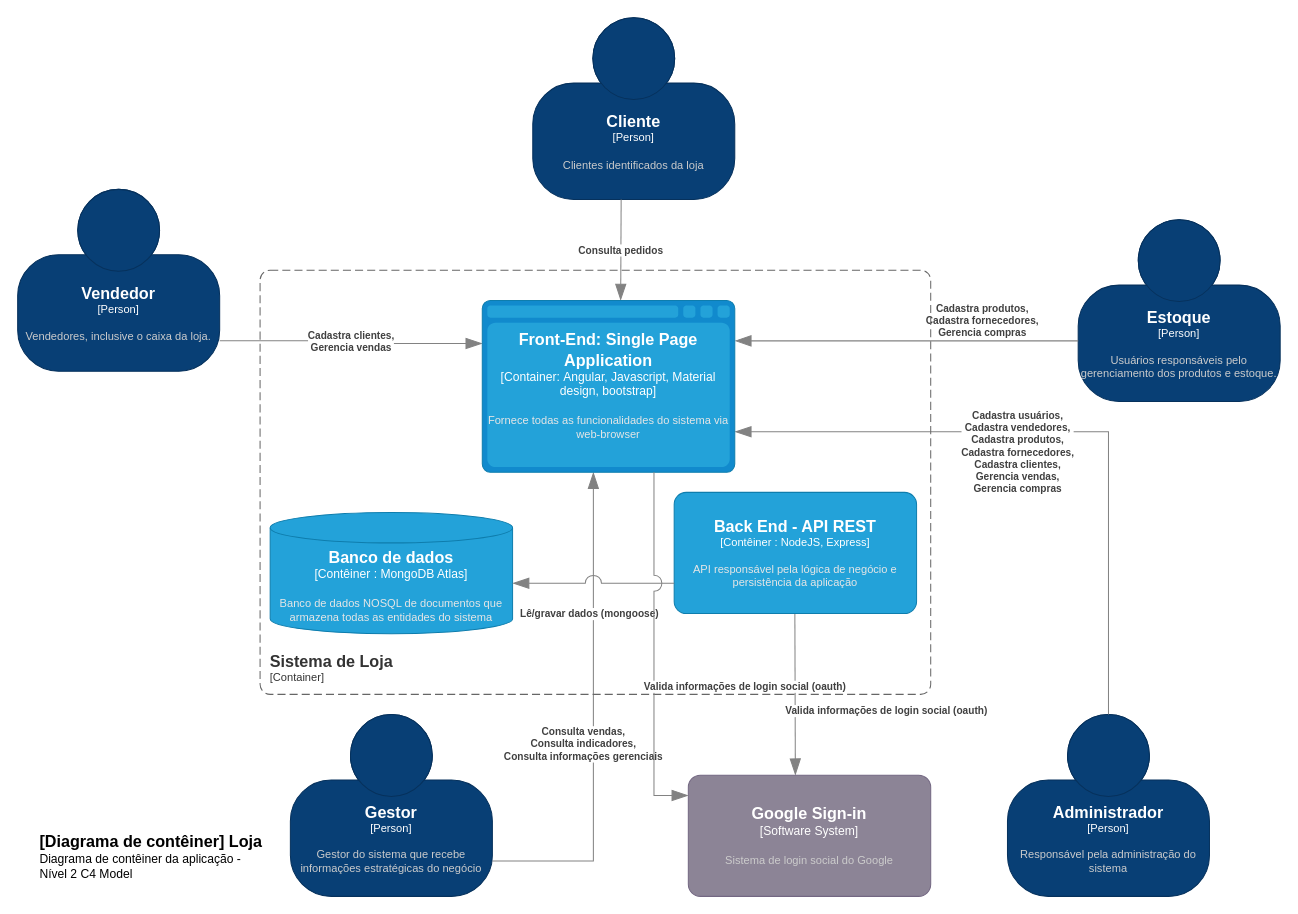
adjamirgalvao/pucminas keeps this draw.io diagram as page "Nível 2 - Contêiner" (2 of 2) of projeto/documentacao/C4Model.drawio. Above is the earlier version. Source tidied: cells renumbered, new cells numbered last; positions are measured from the earlier drawing's top-left corner, leaving out a move shared by most shapes. Both pictures are drawn from the tidied source at 101%, with x=0, y=0 at pixel (17, 17).
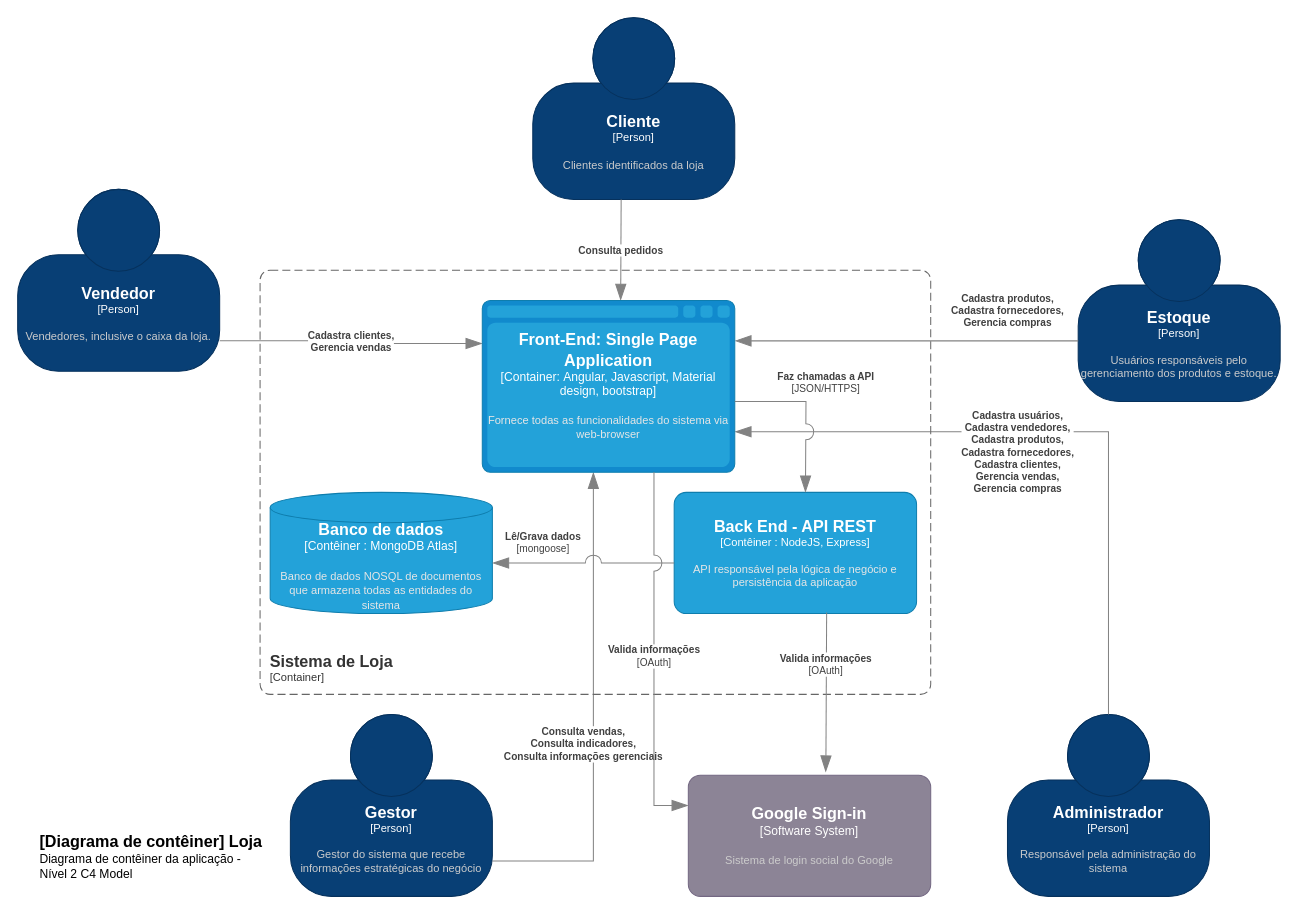
The same diagram, later.

Unchanged cells that the change refers to:
```xml
<object id="13" label="&lt;font style=&quot;font-size: 16px&quot;&gt;&lt;b&gt;%c4Name%&lt;/b&gt;&lt;/font&gt;&lt;div&gt;[%c4Type%]&lt;/div&gt;&lt;br&gt;&lt;div&gt;&lt;font style=&quot;font-size: 11px&quot;&gt;&lt;font color=&quot;#cccccc&quot;&gt;%c4Description%&lt;/font&gt;&lt;/div&gt;" c4Description="Sistema de login social do Google" c4Name="Google Sign-in" c4Type="Software System" placeholders="1">
  <mxCell style="rounded=1;whiteSpace=wrap;html=1;labelBackgroundColor=none;fillColor=#8C8496;fontColor=#ffffff;align=center;arcSize=10;strokeColor=#736782;points=[[0.25,0,0],[0.5,0,0],[0.75,0,0],[1,0.25,0],[1,0.5,0],[1,0.75,0],[0.75,1,0],[0.5,1,0],[0.25,1,0],[0,0.75,0],[0,0.5,0],[0,0.25,0]];fontSize=12;" parent="1" vertex="1">
    <mxGeometry x="664" y="750" width="240" height="120" as="geometry" />
  </mxCell>
</object>
<object id="16" label="&lt;font style=&quot;font-size: 16px&quot;&gt;&lt;b&gt;%c4Name%&lt;/b&gt;&lt;/font&gt;&lt;div&gt;[%c4Type%: %c4Technology%]&lt;/div&gt;&lt;br&gt;&lt;div&gt;&lt;font style=&quot;font-size: 11px&quot;&gt;&lt;font color=&quot;#E6E6E6&quot;&gt;%c4Description%&lt;/font&gt;&lt;/div&gt;" c4Description="API responsável pela lógica de negócio e persistência da aplicação" c4Name="Back End - API REST" c4Technology="NodeJS, Express" c4Type="Contêiner " placeholders="1">
  <mxCell style="rounded=1;whiteSpace=wrap;html=1;fontSize=11;labelBackgroundColor=none;fillColor=#23A2D9;fontColor=#ffffff;align=center;arcSize=10;strokeColor=#0E7DAD;points=[[0.25,0,0],[0.5,0,0],[0.75,0,0],[1,0.25,0],[1,0.5,0],[1,0.75,0],[0.75,1,0],[0.5,1,0],[0.25,1,0],[0,0.75,0],[0,0.5,0],[0,0.25,0]];" parent="1" vertex="1">
    <mxGeometry x="650" y="470" width="240" height="120" as="geometry" />
  </mxCell>
</object>
<object id="18" label="&lt;font style=&quot;font-size: 16px&quot;&gt;&lt;b&gt;%c4Type%&lt;/b&gt;&lt;/font&gt;&lt;div&gt;[%c4Container%:&amp;nbsp;%c4Technology%]&lt;/div&gt;&lt;br&gt;&lt;div&gt;&lt;font style=&quot;font-size: 11px&quot;&gt;&lt;font color=&quot;#E6E6E6&quot;&gt;%c4Description%&lt;/font&gt;&lt;/div&gt;" c4Container="Container" c4Description="Fornece todas as funcionalidades do sistema via web-browser" c4Technology="Angular, Javascript, Material design, bootstrap" c4Type="Front-End: Single Page Application" placeholders="1">
  <mxCell style="shape=mxgraph.c4.webBrowserContainer2;whiteSpace=wrap;html=1;boundedLbl=1;rounded=0;labelBackgroundColor=none;strokeColor=#118ACD;fillColor=#23A2D9;strokeColor=#118ACD;strokeColor2=#0E7DAD;fontSize=12;fontColor=#ffffff;align=center;points=[[0,0.25,0,0,0],[0,0.5,0,0,0],[0,0.75,0,0,0],[0.5,0,0,0,0],[0.5,1,0,0,0],[1,0.25,0,0,0],[1,0.5,0,0,0],[1,0.75,0,0,0]];" parent="1" vertex="1">
    <mxGeometry x="460" y="280" width="250" height="170" as="geometry" />
  </mxCell>
</object>
```

What changed in the source:
```diff
@@
     <object id="4" label="&lt;div style=&quot;text-align: left&quot;&gt;&lt;div style=&quot;text-align: center&quot;&gt;&lt;b&gt;%c4Description%&lt;/b&gt;&lt;/div&gt;" c4Description="Cadastra produtos, &#10;Cadastra fornecedores, &#10;Gerencia compras" placeholders="1">
       <mxCell style="endArrow=blockThin;html=1;fontSize=10;fontColor=#404040;strokeWidth=1;endFill=1;strokeColor=#828282;elbow=vertical;endSize=14;startSize=14;jumpStyle=arc;jumpSize=16;rounded=0;edgeStyle=orthogonalEdgeStyle;" parent="1" edge="1" target="18">
-        <mxGeometry x="-0.44" y="-20" relative="1" as="geometry">
+        <mxGeometry x="-0.59" y="-30" relative="1" as="geometry">
           <mxPoint x="1050" y="320" as="sourcePoint" />
           <Array as="points">
             <mxPoint x="790" y="320" />
             <mxPoint x="790" y="320" />
           </Array>
         </mxGeometry>
       </mxCell>
     </object>
@@
-    <object id="12" label="&lt;div style=&quot;text-align: left&quot;&gt;&lt;div style=&quot;text-align: center&quot;&gt;&lt;b&gt;%c4Description%&lt;/b&gt;&lt;/div&gt;" c4Description="Valida informações de login social (oauth)" placeholders="1">
-      <mxCell style="endArrow=blockThin;html=1;fontSize=10;fontColor=#404040;strokeWidth=1;endFill=1;strokeColor=#828282;elbow=vertical;endSize=14;startSize=14;jumpStyle=arc;jumpSize=16;rounded=0;edgeStyle=orthogonalEdgeStyle;" parent="1" edge="1">
-        <mxGeometry x="0.2" y="90" relative="1" as="geometry">
-          <mxPoint x="769.5" y="590" as="sourcePoint" />
-          <mxPoint x="770" y="750" as="targetPoint" />
-          <Array as="points">
-            <mxPoint x="769.5" y="640" />
-            <mxPoint x="769.5" y="640" />
-          </Array>
-        </mxGeometry>
-      </mxCell>
-    </object>
@@
     <object id="15" label="&lt;font style=&quot;font-size: 16px&quot;&gt;&lt;b&gt;%c4Type%&lt;/b&gt;&lt;/font&gt;&lt;div&gt;[%c4Container%:&amp;nbsp;%c4Technology%]&lt;/div&gt;&lt;br&gt;&lt;div&gt;&lt;font style=&quot;font-size: 11px&quot;&gt;&lt;font color=&quot;#E6E6E6&quot;&gt;%c4Description%&lt;/font&gt;&lt;/div&gt;" c4Container="Contêiner " c4Description="Banco de dados NOSQL de documentos que armazena todas as entidades do sistema" c4Technology="MongoDB Atlas" c4Type="Banco de dados" placeholders="1">
       <mxCell style="shape=cylinder3;size=15;whiteSpace=wrap;html=1;boundedLbl=1;rounded=0;labelBackgroundColor=none;fillColor=#23A2D9;fontSize=12;fontColor=#ffffff;align=center;strokeColor=#0E7DAD;" parent="1" vertex="1">
-        <mxGeometry x="250" y="490" width="240" height="120" as="geometry" />
+        <mxGeometry x="250" y="470" width="220" height="120" as="geometry" />
       </mxCell>
     </object>
@@
-    <object id="17" label="&lt;div style=&quot;text-align: left&quot;&gt;&lt;div style=&quot;text-align: center&quot;&gt;&lt;b&gt;%c4Description%&lt;/b&gt;&lt;/div&gt;" c4Description="Lê/gravar dados (mongoose)" placeholders="1">
-      <mxCell style="endArrow=blockThin;html=1;fontSize=10;fontColor=#404040;strokeWidth=1;endFill=1;strokeColor=#828282;elbow=vertical;endSize=14;startSize=14;jumpStyle=arc;jumpSize=16;rounded=0;edgeStyle=orthogonalEdgeStyle;exitX=0;exitY=0.75;exitDx=0;exitDy=0;exitPerimeter=0;" parent="1" edge="1" source="16">
-        <mxGeometry x="0.05" y="30" relative="1" as="geometry">
-          <mxPoint x="490" y="560" as="targetPoint" />
-        </mxGeometry>
-      </mxCell>
-    </object>
@@
-    <object id="20" label="&lt;div style=&quot;text-align: left&quot;&gt;&lt;div style=&quot;text-align: center&quot;&gt;&lt;b&gt;%c4Description%&lt;/b&gt;&lt;/div&gt;" c4Description="Valida informações de login social (oauth)" placeholders="1">
-      <mxCell style="endArrow=blockThin;html=1;fontSize=10;fontColor=#404040;strokeWidth=1;endFill=1;strokeColor=#828282;elbow=vertical;endSize=14;startSize=14;jumpStyle=arc;jumpSize=16;rounded=0;edgeStyle=orthogonalEdgeStyle;entryX=0;entryY=0.167;entryDx=0;entryDy=0;entryPerimeter=0;" parent="1" edge="1" target="13">
-        <mxGeometry x="0.2" y="90" relative="1" as="geometry">
-          <mxPoint x="630" y="450" as="sourcePoint" />
-          <Array as="points">
-            <mxPoint x="630" y="770" />
-          </Array>
-        </mxGeometry>
-      </mxCell>
-    </object>
+    <object id="21" label="&lt;div style=&quot;text-align: left&quot;&gt;&lt;div style=&quot;text-align: center&quot;&gt;&lt;b&gt;%c4Description%&lt;/b&gt;&lt;/div&gt;&lt;div style=&quot;text-align: center&quot;&gt;[%c4Technology%]&lt;/div&gt;&lt;/div&gt;" c4Description="Faz chamadas a API" c4Technology="JSON/HTTPS" placeholders="1">
+      <mxCell style="endArrow=blockThin;html=1;fontSize=10;fontColor=#404040;strokeWidth=1;endFill=1;strokeColor=#828282;elbow=vertical;endSize=14;startSize=14;jumpStyle=arc;jumpSize=16;rounded=0;edgeStyle=orthogonalEdgeStyle;exitX=1;exitY=0.588;exitDx=0;exitDy=0;exitPerimeter=0;" parent="1" edge="1" source="18">
+        <mxGeometry x="-0.12" y="28" relative="1" as="geometry">
+          <mxPoint x="780" y="470" as="targetPoint" />
+          <mxPoint x="-8" y="-20" as="offset" />
+        </mxGeometry>
+      </mxCell>
+    </object>
+    <object id="22" label="&lt;div style=&quot;text-align: left&quot;&gt;&lt;div style=&quot;text-align: center&quot;&gt;&lt;b&gt;%c4Description%&lt;/b&gt;&lt;/div&gt;&lt;div style=&quot;text-align: center&quot;&gt;[%c4Technology%]&lt;/div&gt;&lt;/div&gt;" c4Description="Lê/Grava dados" c4Technology="mongoose" placeholders="1">
+      <mxCell style="endArrow=blockThin;html=1;fontSize=10;fontColor=#404040;strokeWidth=1;endFill=1;strokeColor=#828282;elbow=vertical;endSize=14;startSize=14;jumpStyle=arc;jumpSize=16;rounded=0;edgeStyle=orthogonalEdgeStyle;" parent="1" edge="1">
+        <mxGeometry x="0.44" y="-20" relative="1" as="geometry">
+          <mxPoint x="650" y="540" as="sourcePoint" />
+          <mxPoint x="470" y="540" as="targetPoint" />
+        </mxGeometry>
+      </mxCell>
+    </object>
+    <object id="23" label="&lt;div style=&quot;text-align: left&quot;&gt;&lt;div style=&quot;text-align: center&quot;&gt;&lt;b&gt;%c4Description%&lt;/b&gt;&lt;/div&gt;&lt;div style=&quot;text-align: center&quot;&gt;[%c4Technology%]&lt;/div&gt;&lt;/div&gt;" c4Description="Valida informações" c4Technology="OAuth" placeholders="1">
+      <mxCell style="endArrow=blockThin;html=1;fontSize=10;fontColor=#404040;strokeWidth=1;endFill=1;strokeColor=#828282;elbow=vertical;endSize=14;startSize=14;jumpStyle=arc;jumpSize=16;rounded=0;edgeStyle=orthogonalEdgeStyle;entryX=0.567;entryY=-0.025;entryDx=0;entryDy=0;entryPerimeter=0;exitX=0.629;exitY=0.992;exitDx=0;exitDy=0;exitPerimeter=0;" parent="1" edge="1" source="16" target="13">
+        <mxGeometry x="-0.36" y="-1" relative="1" as="geometry" />
+      </mxCell>
+    </object>
+    <object id="24" label="&lt;div style=&quot;text-align: left&quot;&gt;&lt;div style=&quot;text-align: center&quot;&gt;&lt;b&gt;%c4Description%&lt;/b&gt;&lt;/div&gt;&lt;div style=&quot;text-align: center&quot;&gt;[%c4Technology%]&lt;/div&gt;&lt;/div&gt;" c4Description="Valida informações" c4Technology="OAuth" placeholders="1">
+      <mxCell style="endArrow=blockThin;html=1;fontSize=10;fontColor=#404040;strokeWidth=1;endFill=1;strokeColor=#828282;elbow=vertical;endSize=14;startSize=14;jumpStyle=arc;jumpSize=16;rounded=0;edgeStyle=orthogonalEdgeStyle;" parent="1" edge="1" target="13">
+        <mxGeometry relative="1" as="geometry">
+          <mxPoint x="630" y="450" as="sourcePoint" />
+          <Array as="points">
+            <mxPoint x="630" y="780" />
+          </Array>
+        </mxGeometry>
+      </mxCell>
+    </object>
```
